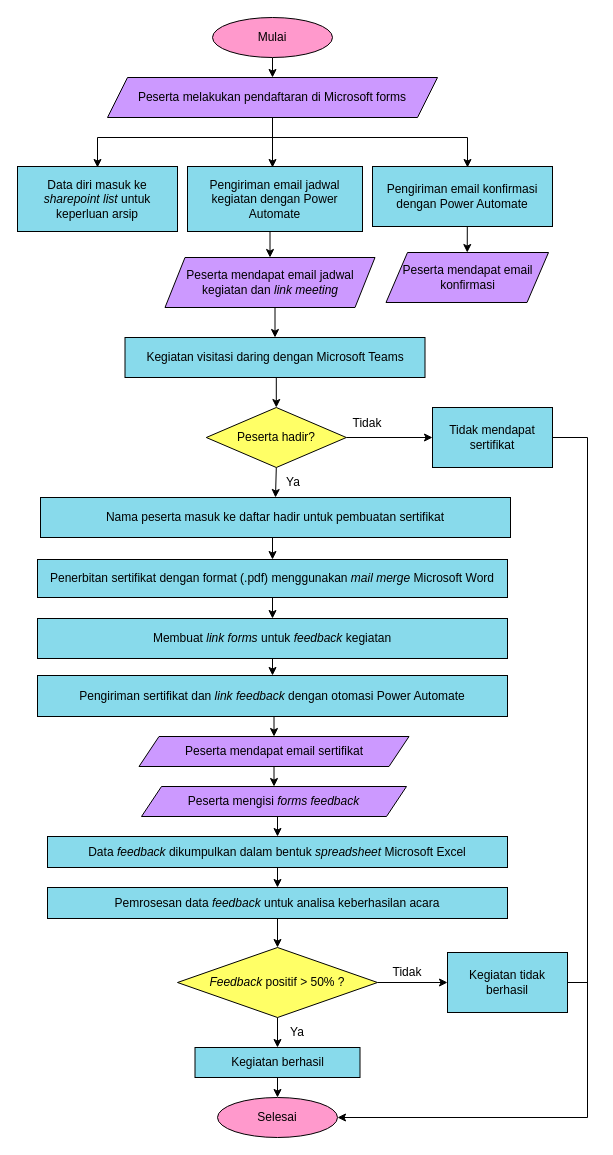
Earlier version of the draw.io diagram Flowchart Proses.drawio (kairamilanifitria/Capstone-Project). Source tidied: cells renumbered, new cells numbered last; positions are measured from the earlier drawing's top-left corner, leaving out a move shared by most shapes. Both pictures are drawn from the tidied source at 100%, with x=0, y=0 at pixel (17, 17).
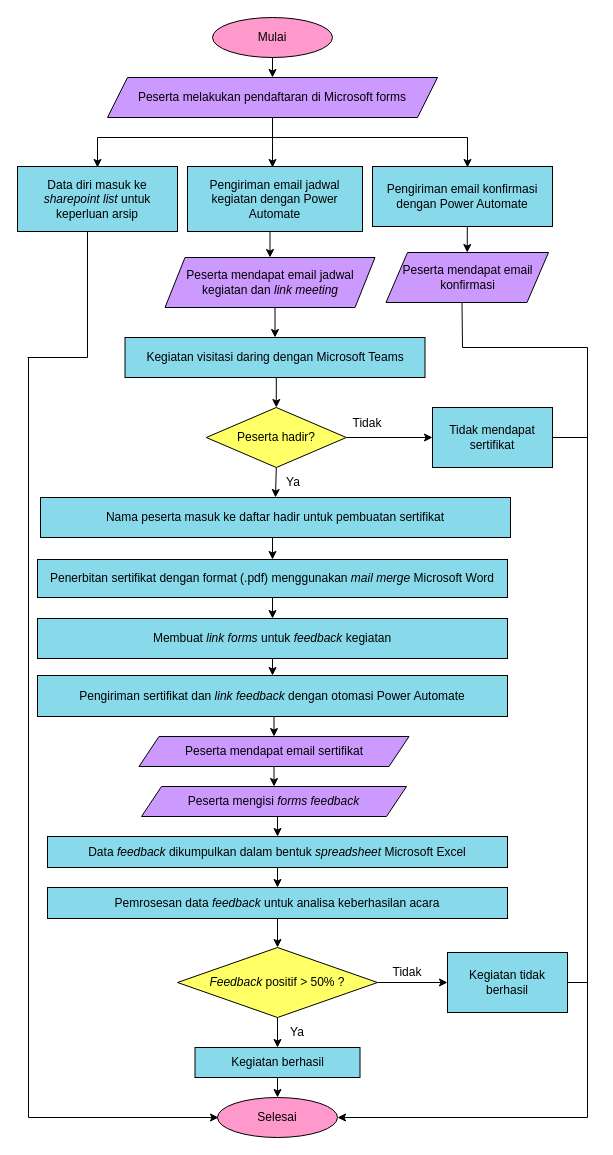
Above is the later version.

What changed in the source:
```diff
@@
     <mxCell id="52" style="endArrow=none;html=1;rounded=0;" parent="1" edge="1">
       <mxGeometry relative="1" as="geometry">
-        <mxPoint x="570" y="420" as="sourcePoint" />
+        <mxPoint x="570" y="330" as="sourcePoint" />
         <mxPoint x="570" y="1100" as="targetPoint" />
       </mxGeometry>
     </mxCell>
@@
+    <mxCell id="55" style="endArrow=none;html=1;rounded=0;" parent="1" edge="1">
+      <mxGeometry relative="1" as="geometry">
+        <mxPoint x="11" y="340" as="sourcePoint" />
+        <mxPoint x="11" y="1100" as="targetPoint" />
+      </mxGeometry>
+    </mxCell>
+    <mxCell id="56" style="endArrow=classic;html=1;rounded=0;" parent="1" edge="1">
+      <mxGeometry relative="1" as="geometry">
+        <mxPoint x="11" y="1100" as="sourcePoint" />
+        <mxPoint x="201" y="1100" as="targetPoint" />
+      </mxGeometry>
+    </mxCell>
+    <mxCell id="57" style="endArrow=none;html=1;rounded=0;" parent="1" edge="1">
+      <mxGeometry relative="1" as="geometry">
+        <mxPoint x="70" y="214" as="sourcePoint" />
+        <mxPoint x="70" y="340" as="targetPoint" />
+      </mxGeometry>
+    </mxCell>
+    <mxCell id="58" style="endArrow=none;html=1;rounded=0;" parent="1" edge="1">
+      <mxGeometry relative="1" as="geometry">
+        <mxPoint x="10" y="340" as="sourcePoint" />
+        <mxPoint x="70" y="340" as="targetPoint" />
+      </mxGeometry>
+    </mxCell>
+    <mxCell id="59" style="endArrow=none;html=1;rounded=0;" parent="1" edge="1">
+      <mxGeometry relative="1" as="geometry">
+        <mxPoint x="444.5" y="285" as="sourcePoint" />
+        <mxPoint x="445" y="330" as="targetPoint" />
+      </mxGeometry>
+    </mxCell>
+    <mxCell id="60" style="endArrow=none;html=1;rounded=0;" parent="1" edge="1">
+      <mxGeometry relative="1" as="geometry">
+        <mxPoint x="445" y="330" as="sourcePoint" />
+        <mxPoint x="570" y="330" as="targetPoint" />
+      </mxGeometry>
+    </mxCell>
```
